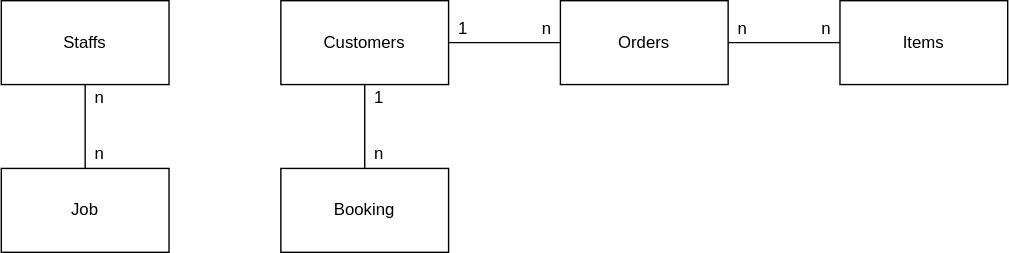
thaison185/Project-Web-Basic keeps this draw.io diagram as Design/diagram.svg. Above is the earlier version. Source tidied: cells renumbered, new cells last; positions are measured from the earlier drawing's top-left corner, leaving out a move shared by most shapes.
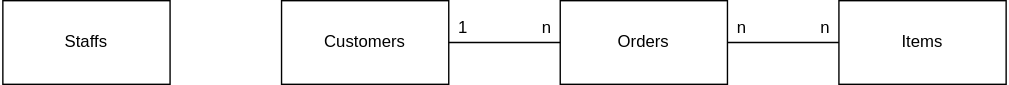
After the change.

The edit, as a diff of the source:
```diff
@@ -32,29 +32,5 @@
     <mxCell id="11" value="n" style="text;html=1;align=center;verticalAlign=middle;strokeColor=none;fillColor=none;" parent="1" vertex="1">
       <mxGeometry x="580" y="10" width="20" height="20" as="geometry" />
     </mxCell>
-    <mxCell id="12" value="Booking" style="rounded=0;whiteSpace=wrap;html=1;" parent="1" vertex="1">
-      <mxGeometry x="200" y="120" width="120" height="60" as="geometry" />
-    </mxCell>
-    <mxCell id="13" style="endArrow=none;html=1;rounded=0;exitX=0.5;exitY=0;exitDx=0;exitDy=0;" parent="1" edge="1" source="12" target="3">
-      <mxGeometry relative="1" as="geometry" />
-    </mxCell>
-    <mxCell id="14" value="1" style="text;html=1;align=center;verticalAlign=middle;strokeColor=none;fillColor=none;" parent="1" vertex="1">
-      <mxGeometry x="260" y="60" width="20" height="20" as="geometry" />
-    </mxCell>
-    <mxCell id="15" value="n" style="text;html=1;align=center;verticalAlign=middle;strokeColor=none;fillColor=none;" parent="1" vertex="1">
-      <mxGeometry x="260" y="100" width="20" height="20" as="geometry" />
-    </mxCell>
-    <mxCell id="16" value="Job" style="rounded=0;whiteSpace=wrap;html=1;" parent="1" vertex="1">
-      <mxGeometry y="120" width="120" height="60" as="geometry" />
-    </mxCell>
-    <mxCell id="17" style="endArrow=none;html=1;rounded=0;exitX=0.5;exitY=0;exitDx=0;exitDy=0;entryX=0.5;entryY=1;entryDx=0;entryDy=0;" parent="1" edge="1" source="16" target="2">
-      <mxGeometry relative="1" as="geometry" />
-    </mxCell>
-    <mxCell id="18" value="n" style="text;html=1;align=center;verticalAlign=middle;strokeColor=none;fillColor=none;" parent="1" vertex="1">
-      <mxGeometry x="60" y="60" width="20" height="20" as="geometry" />
-    </mxCell>
-    <mxCell id="19" value="n" style="text;html=1;align=center;verticalAlign=middle;strokeColor=none;fillColor=none;" parent="1" vertex="1">
-      <mxGeometry x="60" y="100" width="20" height="20" as="geometry" />
-    </mxCell>
   </root>
 </mxGraphModel>
```
